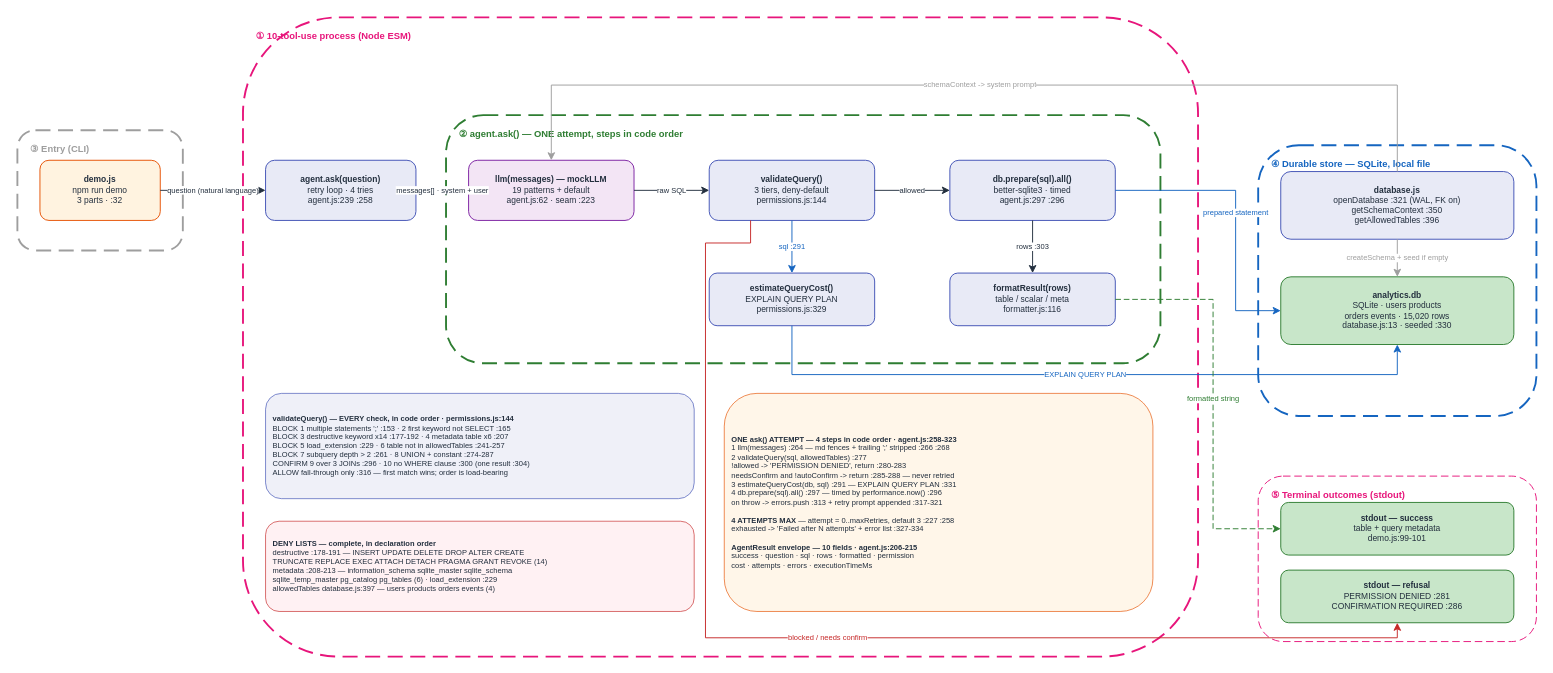
Earlier version of the draw.io diagram docs/diagrams/tool_use_v1/HOA_ToolUse_v1.drawio (gmaheshraju/Hands-on-AgenticAI). Source tidied: cells renumbered, new cells numbered last; positions are measured from the earlier drawing's top-left corner, leaving out a move shared by most shapes. Both pictures are drawn from the tidied source at 94%, with x=0, y=0 at pixel (17, 17).
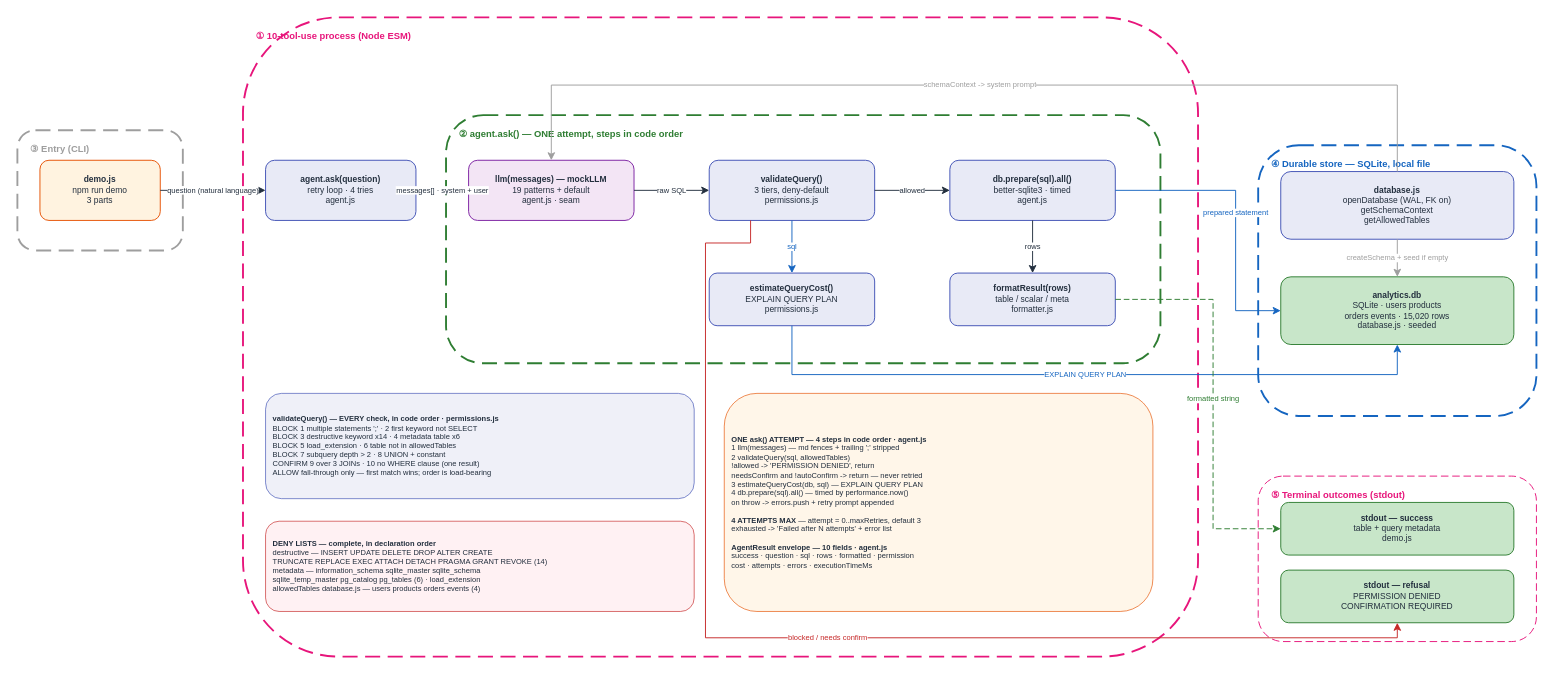
The same diagram, later.

Change to the diagram source:
```diff
@@
-    <mxCell id="12" value="&lt;b&gt;demo.js&lt;/b&gt;&lt;br&gt;npm run demo&lt;br&gt;3 parts · :32" style="rounded=1;fillColor=#FFF3E0;strokeColor=#E65100;fontSize=9;fontColor=#232F3E;html=1;whiteSpace=wrap;align=center;" parent="1" vertex="1">
+    <mxCell id="12" value="&lt;b&gt;demo.js&lt;/b&gt;&lt;br&gt;npm run demo&lt;br&gt;3 parts" style="rounded=1;fillColor=#FFF3E0;strokeColor=#E65100;fontSize=9;fontColor=#232F3E;html=1;whiteSpace=wrap;align=center;" parent="1" vertex="1">
       <mxGeometry x="24" y="152" width="128" height="64" as="geometry" />
     </mxCell>
-    <mxCell id="13" value="&lt;b&gt;agent.ask(question)&lt;/b&gt;&lt;br&gt;retry loop · 4 tries&lt;br&gt;agent.js:239 :258" style="rounded=1;fillColor=#E8EAF6;strokeColor=#3F51B5;fontSize=9;fontColor=#232F3E;html=1;whiteSpace=wrap;align=center;" parent="1" vertex="1">
+    <mxCell id="13" value="&lt;b&gt;agent.ask(question)&lt;/b&gt;&lt;br&gt;retry loop · 4 tries&lt;br&gt;agent.js" style="rounded=1;fillColor=#E8EAF6;strokeColor=#3F51B5;fontSize=9;fontColor=#232F3E;html=1;whiteSpace=wrap;align=center;" parent="1" vertex="1">
       <mxGeometry x="264" y="152" width="160" height="64" as="geometry" />
     </mxCell>
-    <mxCell id="14" value="&lt;b&gt;llm(messages) — mockLLM&lt;/b&gt;&lt;br&gt;19 patterns + default&lt;br&gt;agent.js:62 · seam :223" style="rounded=1;fillColor=#F3E5F5;strokeColor=#7B1FA2;fontSize=9;fontColor=#232F3E;html=1;whiteSpace=wrap;align=center;" parent="1" vertex="1">
+    <mxCell id="14" value="&lt;b&gt;llm(messages) — mockLLM&lt;/b&gt;&lt;br&gt;19 patterns + default&lt;br&gt;agent.js · seam" style="rounded=1;fillColor=#F3E5F5;strokeColor=#7B1FA2;fontSize=9;fontColor=#232F3E;html=1;whiteSpace=wrap;align=center;" parent="1" vertex="1">
       <mxGeometry x="480" y="152" width="176" height="64" as="geometry" />
     </mxCell>
-    <mxCell id="15" value="&lt;b&gt;validateQuery()&lt;/b&gt;&lt;br&gt;3 tiers, deny-default&lt;br&gt;permissions.js:144" style="rounded=1;fillColor=#E8EAF6;strokeColor=#3F51B5;fontSize=9;fontColor=#232F3E;html=1;whiteSpace=wrap;align=center;" parent="1" vertex="1">
+    <mxCell id="15" value="&lt;b&gt;validateQuery()&lt;/b&gt;&lt;br&gt;3 tiers, deny-default&lt;br&gt;permissions.js" style="rounded=1;fillColor=#E8EAF6;strokeColor=#3F51B5;fontSize=9;fontColor=#232F3E;html=1;whiteSpace=wrap;align=center;" parent="1" vertex="1">
       <mxGeometry x="736" y="152" width="176" height="64" as="geometry" />
     </mxCell>
-    <mxCell id="16" value="&lt;b&gt;db.prepare(sql).all()&lt;/b&gt;&lt;br&gt;better-sqlite3 · timed&lt;br&gt;agent.js:297 :296" style="rounded=1;fillColor=#E8EAF6;strokeColor=#3F51B5;fontSize=9;fontColor=#232F3E;html=1;whiteSpace=wrap;align=center;" parent="1" vertex="1">
+    <mxCell id="16" value="&lt;b&gt;db.prepare(sql).all()&lt;/b&gt;&lt;br&gt;better-sqlite3 · timed&lt;br&gt;agent.js" style="rounded=1;fillColor=#E8EAF6;strokeColor=#3F51B5;fontSize=9;fontColor=#232F3E;html=1;whiteSpace=wrap;align=center;" parent="1" vertex="1">
       <mxGeometry x="992" y="152" width="176" height="64" as="geometry" />
     </mxCell>
-    <mxCell id="17" value="&lt;b&gt;estimateQueryCost()&lt;/b&gt;&lt;br&gt;EXPLAIN QUERY PLAN&lt;br&gt;permissions.js:329" style="rounded=1;fillColor=#E8EAF6;strokeColor=#3F51B5;fontSize=9;fontColor=#232F3E;html=1;whiteSpace=wrap;align=center;" parent="1" vertex="1">
+    <mxCell id="17" value="&lt;b&gt;estimateQueryCost()&lt;/b&gt;&lt;br&gt;EXPLAIN QUERY PLAN&lt;br&gt;permissions.js" style="rounded=1;fillColor=#E8EAF6;strokeColor=#3F51B5;fontSize=9;fontColor=#232F3E;html=1;whiteSpace=wrap;align=center;" parent="1" vertex="1">
       <mxGeometry x="736" y="272" width="176" height="56" as="geometry" />
     </mxCell>
-    <mxCell id="18" value="&lt;b&gt;formatResult(rows)&lt;/b&gt;&lt;br&gt;table / scalar / meta&lt;br&gt;formatter.js:116" style="rounded=1;fillColor=#E8EAF6;strokeColor=#3F51B5;fontSize=9;fontColor=#232F3E;html=1;whiteSpace=wrap;align=center;" parent="1" vertex="1">
+    <mxCell id="18" value="&lt;b&gt;formatResult(rows)&lt;/b&gt;&lt;br&gt;table / scalar / meta&lt;br&gt;formatter.js" style="rounded=1;fillColor=#E8EAF6;strokeColor=#3F51B5;fontSize=9;fontColor=#232F3E;html=1;whiteSpace=wrap;align=center;" parent="1" vertex="1">
       <mxGeometry x="992" y="272" width="176" height="56" as="geometry" />
     </mxCell>
-    <mxCell id="19" value="&lt;b&gt;database.js&lt;/b&gt;&lt;br&gt;openDatabase :321 (WAL, FK on)&lt;br&gt;getSchemaContext :350&lt;br&gt;getAllowedTables :396" style="rounded=1;fillColor=#E8EAF6;strokeColor=#3F51B5;fontSize=9;fontColor=#232F3E;html=1;whiteSpace=wrap;align=center;" parent="1" vertex="1">
+    <mxCell id="19" value="&lt;b&gt;database.js&lt;/b&gt;&lt;br&gt;openDatabase (WAL, FK on)&lt;br&gt;getSchemaContext&lt;br&gt;getAllowedTables" style="rounded=1;fillColor=#E8EAF6;strokeColor=#3F51B5;fontSize=9;fontColor=#232F3E;html=1;whiteSpace=wrap;align=center;" parent="1" vertex="1">
       <mxGeometry x="1344" y="164" width="248" height="72" as="geometry" />
     </mxCell>
-    <mxCell id="20" value="&lt;b&gt;analytics.db&lt;/b&gt;&lt;br&gt;SQLite · users products&lt;br&gt;orders events · 15,020 rows&lt;br&gt;database.js:13 · seeded :330" style="rounded=1;fillColor=#C8E6C9;strokeColor=#2E7D32;fontSize=9;fontColor=#232F3E;html=1;whiteSpace=wrap;align=center;" parent="1" vertex="1">
+    <mxCell id="20" value="&lt;b&gt;analytics.db&lt;/b&gt;&lt;br&gt;SQLite · users products&lt;br&gt;orders events · 15,020 rows&lt;br&gt;database.js · seeded" style="rounded=1;fillColor=#C8E6C9;strokeColor=#2E7D32;fontSize=9;fontColor=#232F3E;html=1;whiteSpace=wrap;align=center;" parent="1" vertex="1">
       <mxGeometry x="1344" y="276" width="248" height="72" as="geometry" />
     </mxCell>
-    <mxCell id="21" value="&lt;b&gt;stdout — success&lt;/b&gt;&lt;br&gt;table + query metadata&lt;br&gt;demo.js:99-101" style="rounded=1;fillColor=#C8E6C9;strokeColor=#2E7D32;fontSize=9;fontColor=#232F3E;html=1;whiteSpace=wrap;align=center;" parent="1" vertex="1">
+    <mxCell id="21" value="&lt;b&gt;stdout — success&lt;/b&gt;&lt;br&gt;table + query metadata&lt;br&gt;demo.js" style="rounded=1;fillColor=#C8E6C9;strokeColor=#2E7D32;fontSize=9;fontColor=#232F3E;html=1;whiteSpace=wrap;align=center;" parent="1" vertex="1">
       <mxGeometry x="1344" y="516" width="248" height="56" as="geometry" />
     </mxCell>
-    <mxCell id="22" value="&lt;b&gt;stdout — refusal&lt;/b&gt;&lt;br&gt;PERMISSION DENIED :281&lt;br&gt;CONFIRMATION REQUIRED :286" style="rounded=1;fillColor=#C8E6C9;strokeColor=#2E7D32;fontSize=9;fontColor=#232F3E;html=1;whiteSpace=wrap;align=center;" parent="1" vertex="1">
+    <mxCell id="22" value="&lt;b&gt;stdout — refusal&lt;/b&gt;&lt;br&gt;PERMISSION DENIED&lt;br&gt;CONFIRMATION REQUIRED" style="rounded=1;fillColor=#C8E6C9;strokeColor=#2E7D32;fontSize=9;fontColor=#232F3E;html=1;whiteSpace=wrap;align=center;" parent="1" vertex="1">
       <mxGeometry x="1344" y="588" width="248" height="56" as="geometry" />
     </mxCell>
-    <mxCell id="23" value="&lt;b&gt;validateQuery() — EVERY check, in code order · permissions.js:144&lt;/b&gt;&lt;br&gt;BLOCK 1 multiple statements ';' :153 · 2 first keyword not SELECT :165&lt;br&gt;BLOCK 3 destructive keyword x14 :177-192 · 4 metadata table x6 :207&lt;br&gt;BLOCK 5 load_extension :229 · 6 table not in allowedTables :241-257&lt;br&gt;BLOCK 7 subquery depth &gt; 2 :261 · 8 UNION + constant :274-287&lt;br&gt;CONFIRM 9 over 3 JOINs :296 · 10 no WHERE clause :300 (one result :304)&lt;br&gt;ALLOW  fall-through only :316 — first match wins; order is load-bearing" style="rounded=1;fillColor=#E8EAF6;strokeColor=#3F51B5;fontSize=8;fontColor=#232F3E;html=1;whiteSpace=wrap;align=left;spacingLeft=6;opacity=70;" parent="1" vertex="1">
+    <mxCell id="23" value="&lt;b&gt;validateQuery() — EVERY check, in code order · permissions.js&lt;/b&gt;&lt;br&gt;BLOCK 1 multiple statements ';' · 2 first keyword not SELECT&lt;br&gt;BLOCK 3 destructive keyword x14 · 4 metadata table x6&lt;br&gt;BLOCK 5 load_extension · 6 table not in allowedTables&lt;br&gt;BLOCK 7 subquery depth &gt; 2 · 8 UNION + constant&lt;br&gt;CONFIRM 9 over 3 JOINs · 10 no WHERE clause (one result)&lt;br&gt;ALLOW fall-through only — first match wins; order is load-bearing" style="rounded=1;fillColor=#E8EAF6;strokeColor=#3F51B5;fontSize=8;fontColor=#232F3E;html=1;whiteSpace=wrap;align=left;spacingLeft=6;opacity=70;" parent="1" vertex="1">
       <mxGeometry x="264" y="400" width="456" height="112" as="geometry" />
     </mxCell>
-    <mxCell id="24" value="&lt;b&gt;DENY LISTS — complete, in declaration order&lt;/b&gt;&lt;br&gt;destructive :178-191 — INSERT UPDATE DELETE DROP ALTER CREATE&lt;br&gt;TRUNCATE REPLACE EXEC ATTACH DETACH PRAGMA GRANT REVOKE  (14)&lt;br&gt;metadata :208-213 — information_schema sqlite_master sqlite_schema&lt;br&gt;sqlite_temp_master pg_catalog pg_tables  (6) · load_extension :229&lt;br&gt;allowedTables database.js:397 — users products orders events  (4)" style="rounded=1;fillColor=#FFEBEE;strokeColor=#C62828;fontSize=8;fontColor=#232F3E;html=1;whiteSpace=wrap;align=left;spacingLeft=6;opacity=70;" parent="1" vertex="1">
+    <mxCell id="24" value="&lt;b&gt;DENY LISTS — complete, in declaration order&lt;/b&gt;&lt;br&gt;destructive — INSERT UPDATE DELETE DROP ALTER CREATE&lt;br&gt;TRUNCATE REPLACE EXEC ATTACH DETACH PRAGMA GRANT REVOKE (14)&lt;br&gt;metadata — information_schema sqlite_master sqlite_schema&lt;br&gt;sqlite_temp_master pg_catalog pg_tables (6) · load_extension&lt;br&gt;allowedTables database.js — users products orders events (4)" style="rounded=1;fillColor=#FFEBEE;strokeColor=#C62828;fontSize=8;fontColor=#232F3E;html=1;whiteSpace=wrap;align=left;spacingLeft=6;opacity=70;" parent="1" vertex="1">
       <mxGeometry x="264" y="536" width="456" height="96" as="geometry" />
     </mxCell>
-    <mxCell id="25" value="&lt;b&gt;ONE ask() ATTEMPT — 4 steps in code order · agent.js:258-323&lt;/b&gt;&lt;br&gt;1 llm(messages) :264 — md fences + trailing ';' stripped :266 :268&lt;br&gt;2 validateQuery(sql, allowedTables) :277&lt;br&gt;      !allowed -&gt; 'PERMISSION DENIED', return :280-283&lt;br&gt;      needsConfirm and !autoConfirm -&gt; return :285-288 — never retried&lt;br&gt;3 estimateQueryCost(db, sql) :291 — EXPLAIN QUERY PLAN :331&lt;br&gt;4 db.prepare(sql).all() :297 — timed by performance.now() :296&lt;br&gt;      on throw -&gt; errors.push :313 + retry prompt appended :317-321&lt;br&gt;&lt;br&gt;&lt;b&gt;4 ATTEMPTS MAX&lt;/b&gt; — attempt = 0..maxRetries, default 3 :227 :258&lt;br&gt;exhausted -&gt; 'Failed after N attempts' + error list :327-334&lt;br&gt;&lt;br&gt;&lt;b&gt;AgentResult envelope — 10 fields · agent.js:206-215&lt;/b&gt;&lt;br&gt;success · question · sql · rows · formatted · permission&lt;br&gt;cost · attempts · errors · executionTimeMs" style="rounded=1;fillColor=#FFF3E0;strokeColor=#E65100;fontSize=8;fontColor=#232F3E;html=1;whiteSpace=wrap;align=left;spacingLeft=6;opacity=70;" parent="1" vertex="1">
+    <mxCell id="25" value="&lt;b&gt;ONE ask() ATTEMPT — 4 steps in code order · agent.js&lt;/b&gt;&lt;br&gt;1 llm(messages) — md fences + trailing ';' stripped&lt;br&gt;2 validateQuery(sql, allowedTables)&lt;br&gt; !allowed -&gt; 'PERMISSION DENIED', return&lt;br&gt; needsConfirm and !autoConfirm -&gt; return — never retried&lt;br&gt;3 estimateQueryCost(db, sql) — EXPLAIN QUERY PLAN&lt;br&gt;4 db.prepare(sql).all() — timed by performance.now()&lt;br&gt; on throw -&gt; errors.push + retry prompt appended&lt;br&gt;&lt;br&gt;&lt;b&gt;4 ATTEMPTS MAX&lt;/b&gt; — attempt = 0..maxRetries, default 3&lt;br&gt;exhausted -&gt; 'Failed after N attempts' + error list&lt;br&gt;&lt;br&gt;&lt;b&gt;AgentResult envelope — 10 fields · agent.js&lt;/b&gt;&lt;br&gt;success · question · sql · rows · formatted · permission&lt;br&gt;cost · attempts · errors · executionTimeMs" style="rounded=1;fillColor=#FFF3E0;strokeColor=#E65100;fontSize=8;fontColor=#232F3E;html=1;whiteSpace=wrap;align=left;spacingLeft=6;opacity=70;" parent="1" vertex="1">
       <mxGeometry x="752" y="400" width="456" height="232" as="geometry" />
     </mxCell>
@@
-    <mxCell id="30" value="sql :291" style="edgeStyle=orthogonalEdgeStyle;rounded=0;html=1;strokeColor=#1565C0;fontColor=#1565C0;fontSize=8;exitX=0.5;exitY=1;exitDx=0;exitDy=0;entryX=0.5;entryY=0;entryDx=0;entryDy=0;" parent="1" edge="1" source="15" target="17">
+    <mxCell id="30" value="sql" style="edgeStyle=orthogonalEdgeStyle;rounded=0;html=1;strokeColor=#1565C0;fontColor=#1565C0;fontSize=8;exitX=0.5;exitY=1;exitDx=0;exitDy=0;entryX=0.5;entryY=0;entryDx=0;entryDy=0;" parent="1" edge="1" source="15" target="17">
       <mxGeometry relative="1" as="geometry" />
     </mxCell>
-    <mxCell id="31" value="rows :303" style="edgeStyle=orthogonalEdgeStyle;rounded=0;html=1;strokeColor=#232F3E;fontColor=#232F3E;fontSize=8;exitX=0.5;exitY=1;exitDx=0;exitDy=0;entryX=0.5;entryY=0;entryDx=0;entryDy=0;" parent="1" edge="1" source="16" target="18">
+    <mxCell id="31" value="rows" style="edgeStyle=orthogonalEdgeStyle;rounded=0;html=1;strokeColor=#232F3E;fontColor=#232F3E;fontSize=8;exitX=0.5;exitY=1;exitDx=0;exitDy=0;entryX=0.5;entryY=0;entryDx=0;entryDy=0;" parent="1" edge="1" source="16" target="18">
       <mxGeometry relative="1" as="geometry" />
     </mxCell>
```
